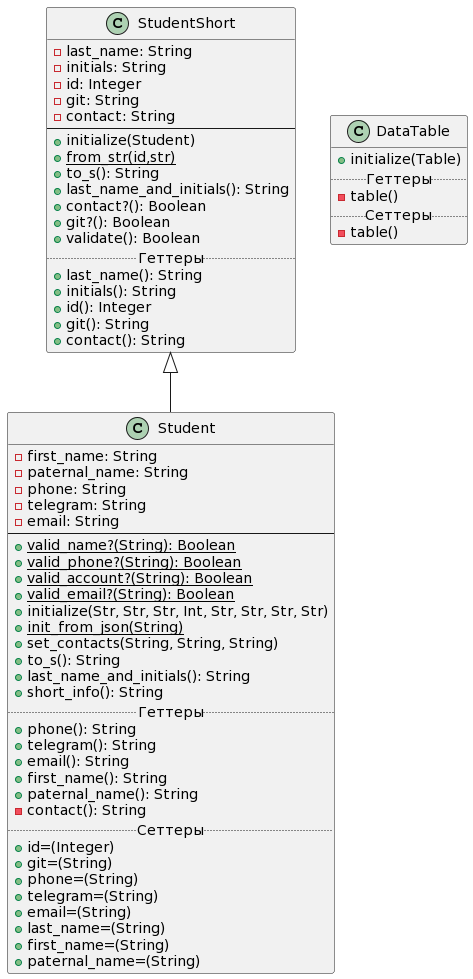
waasabi13/ruby_labs keeps this PlantUML diagram as Diagrams/class_diagram_lab2.png. Above is the earlier version.
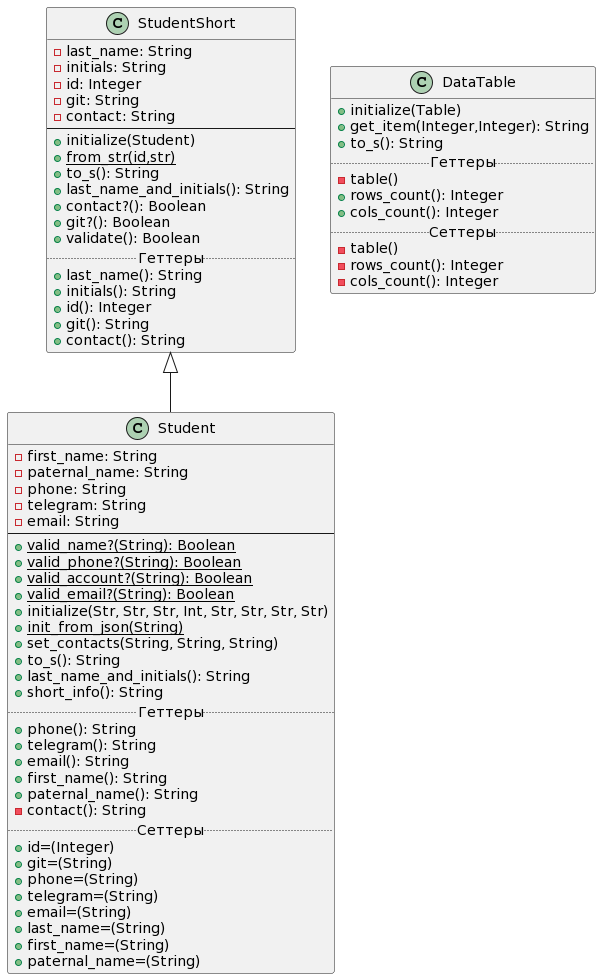
Later version of the same file.

Commit message:
реализация методов, позволяющих получить элемент по номеру строки, столбца. отражение изменений в диаграмме классов

The edit, as a diff of the source:
```diff
@@ -61,10 +61,16 @@
 
 class DataTable
 {
-+initialize(Table)
-..Геттеры..
--table()
-..Сеттеры..
--table()
+    +initialize(Table)
+    +get_item(Integer,Integer): String
+    +to_s(): String
+    ..Геттеры..
+    -table()
+    +rows_count(): Integer
+    +cols_count(): Integer
+    ..Сеттеры..
+    -table()
+    -rows_count(): Integer
+    -cols_count(): Integer
 }
 @enduml
```
